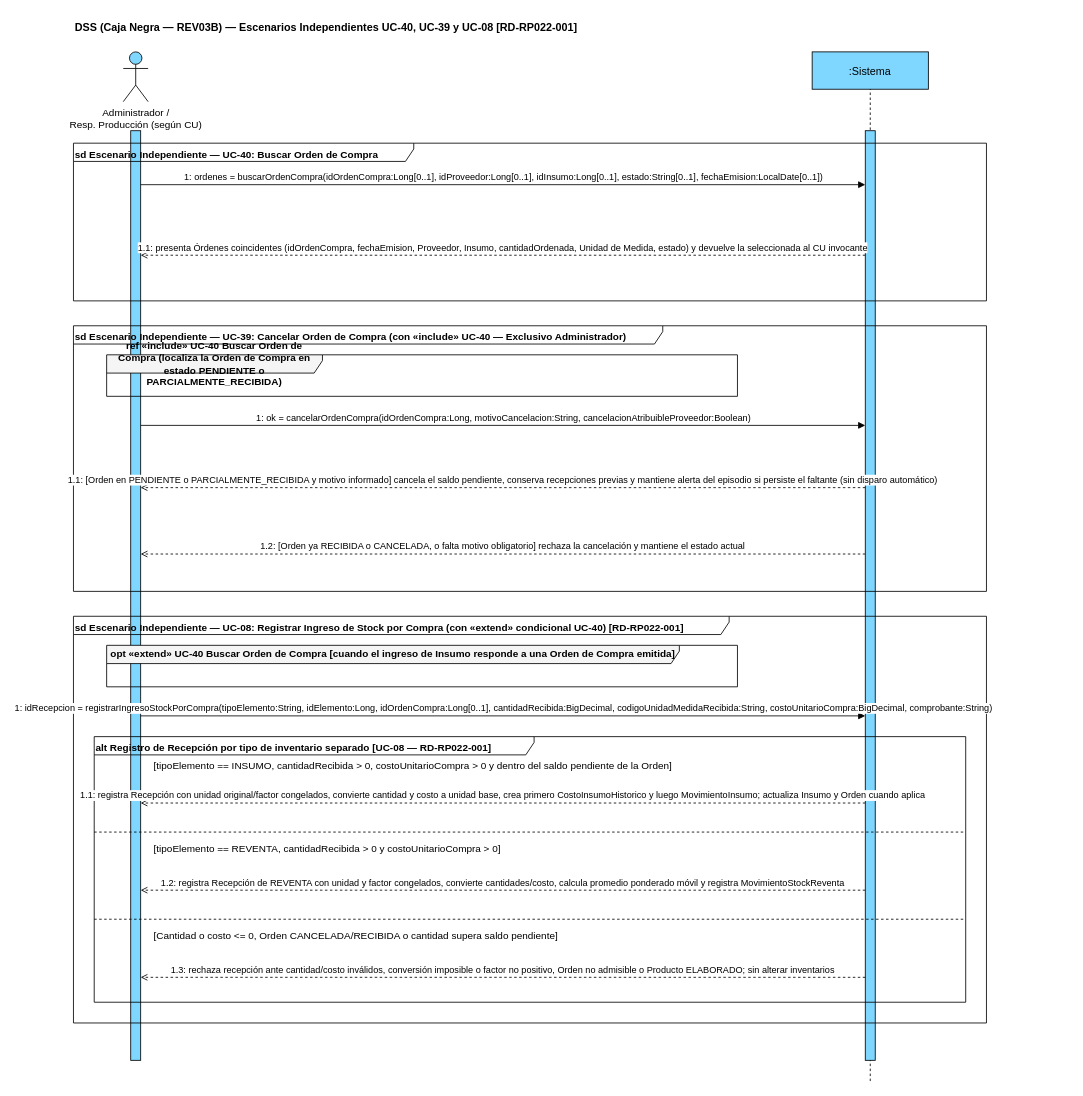
Earlier version of the draw.io diagram page "DSS REV03B - Órdenes y Recepción (UC-40,39,08)" (2 of 2) of docs/08-diagramas/revision/REV03_COMPRAS/propuestos/DSS_REV03B_CORREGIDO.drawio.xml (leandrito369/ale-milanesas). Source tidied: cells renumbered, new cells numbered last; positions are measured from the earlier drawing's top-left corner, leaving out a move shared by most shapes. Both pictures are drawn from the tidied source at 83%, with x=0, y=0 at pixel (73, 14).
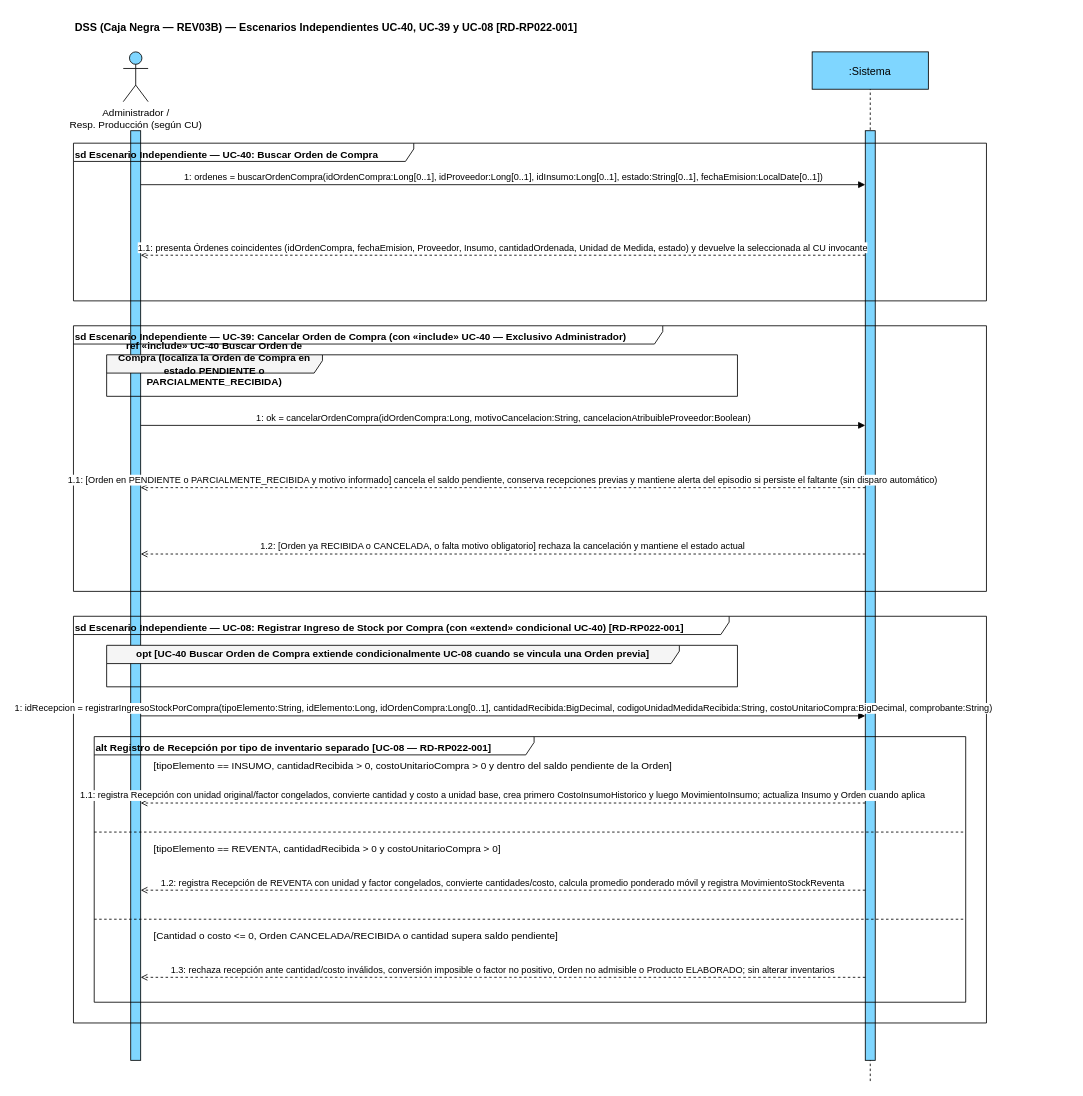
The same page after the edit.

Commit message:
docs(REV03B UML): preservar sentido aprobado de extend UC40 hacia UC08

What changed in the source:
```diff
@@
-    <mxCell id="17" value="opt «extend» UC-40 Buscar Orden de Compra [cuando el ingreso de Insumo responde a una Orden de Compra emitida]" style="shape=umlFrame;whiteSpace=wrap;html=1;width=690;height=22;fillColor=#F5F5F5;strokeColor=#000000;align=center;verticalAlign=middle;fontStyle=1;" parent="1" vertex="1">
+    <mxCell id="17" value="opt [UC-40 Buscar Orden de Compra extiende condicionalmente UC-08 cuando se vincula una Orden previa]" style="shape=umlFrame;whiteSpace=wrap;html=1;width=690;height=22;fillColor=#F5F5F5;strokeColor=#000000;align=center;verticalAlign=middle;fontStyle=1;" parent="1" vertex="1">
       <mxGeometry x="40" y="760" width="760" height="50" as="geometry" />
     </mxCell>
```
